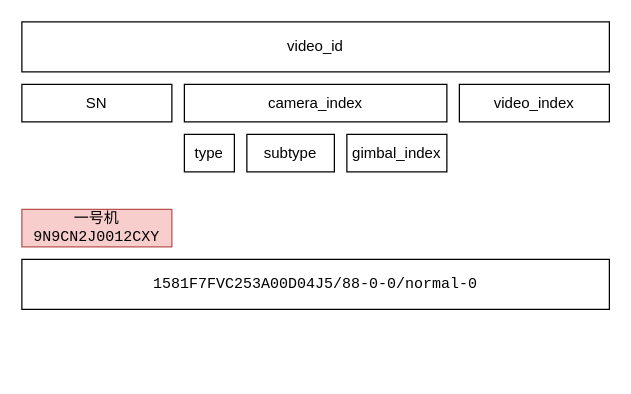
GrooveWJH/Volition-DJI keeps this draw.io diagram as pythonSDK/notes.drawio. Above is the earlier version. Source tidied: cells renumbered, new cells numbered last; positions are measured from the earlier drawing's top-left corner, leaving out a move shared by most shapes. Both pictures are drawn from the tidied source at 125%, with x=0, y=0 at pixel (21, 21).
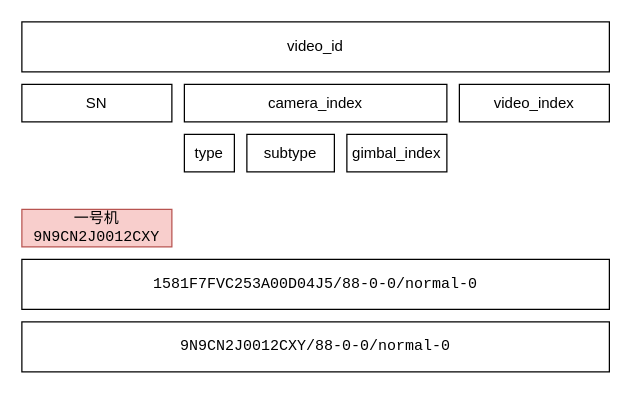
The same diagram, later.

Change to the diagram source:
```diff
@@
 <mxGraphModel>
   <root>
     <mxCell id="0" />
     <mxCell id="1" parent="0" />
     <mxCell id="2" value="video_id" style="rounded=0;whiteSpace=wrap;html=1;" parent="1" vertex="1">
       <mxGeometry width="470" height="40" as="geometry" />
     </mxCell>
     <mxCell id="3" value="SN" style="rounded=0;whiteSpace=wrap;html=1;" parent="1" vertex="1">
       <mxGeometry y="50" width="120" height="30" as="geometry" />
     </mxCell>
     <mxCell id="4" value="camera_index" style="rounded=0;whiteSpace=wrap;html=1;" parent="1" vertex="1">
       <mxGeometry x="130" y="50" width="210" height="30" as="geometry" />
     </mxCell>
     <mxCell id="5" value="video_index" style="rounded=0;whiteSpace=wrap;html=1;" parent="1" vertex="1">
       <mxGeometry x="350" y="50" width="120" height="30" as="geometry" />
     </mxCell>
     <mxCell id="6" value="type" style="rounded=0;whiteSpace=wrap;html=1;" parent="1" vertex="1">
       <mxGeometry x="130" y="90" width="40" height="30" as="geometry" />
     </mxCell>
     <mxCell id="7" value="gimbal_index" style="rounded=0;whiteSpace=wrap;html=1;" parent="1" vertex="1">
       <mxGeometry x="260" y="90" width="80" height="30" as="geometry" />
     </mxCell>
     <mxCell id="8" value="subtype" style="rounded=0;whiteSpace=wrap;html=1;" parent="1" vertex="1">
       <mxGeometry x="180" y="90" width="70" height="30" as="geometry" />
     </mxCell>
     <mxCell id="9" value="1581F7FVC253A00D04J5/88-0-0/normal-0" style="rounded=0;whiteSpace=wrap;html=1;fontFamily=Courier New;" parent="1" vertex="1">
       <mxGeometry y="190" width="470" height="40" as="geometry" />
     </mxCell>
     <mxCell id="10" value="一号机9N9CN2J0012CXY" style="rounded=0;whiteSpace=wrap;html=1;fillColor=#f8cecc;strokeColor=#b85450;fontFamily=Courier New;" parent="1" vertex="1">
       <mxGeometry y="150" width="120" height="30" as="geometry" />
     </mxCell>
+    <mxCell id="11" value="&lt;span style=&quot;color: rgb(0, 0, 0);&quot;&gt;9N9CN2J0012CXY&lt;/span&gt;/88-0-0/normal-0" style="rounded=0;whiteSpace=wrap;html=1;fontFamily=Courier New;" parent="1" vertex="1">
+      <mxGeometry y="240" width="470" height="40" as="geometry" />
+    </mxCell>
   </root>
 </mxGraphModel>
```
